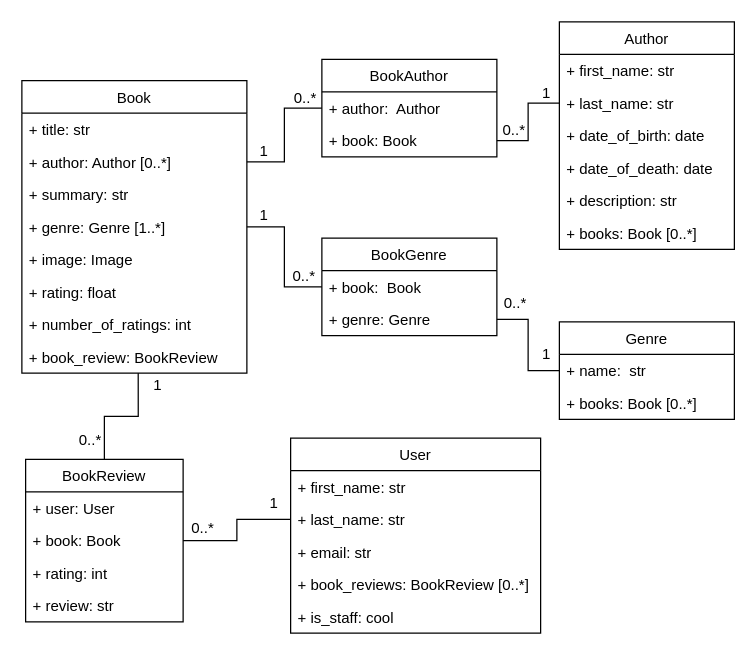
The draw.io diagram book-models-uml.drawio in septymka/book-app-api, before the edit. Source tidied: cells renumbered, new cells numbered last; positions are measured from the earlier drawing's top-left corner, leaving out a move shared by most shapes. Both pictures are drawn from the tidied source at 125%, with x=0, y=0 at pixel (21, 21).
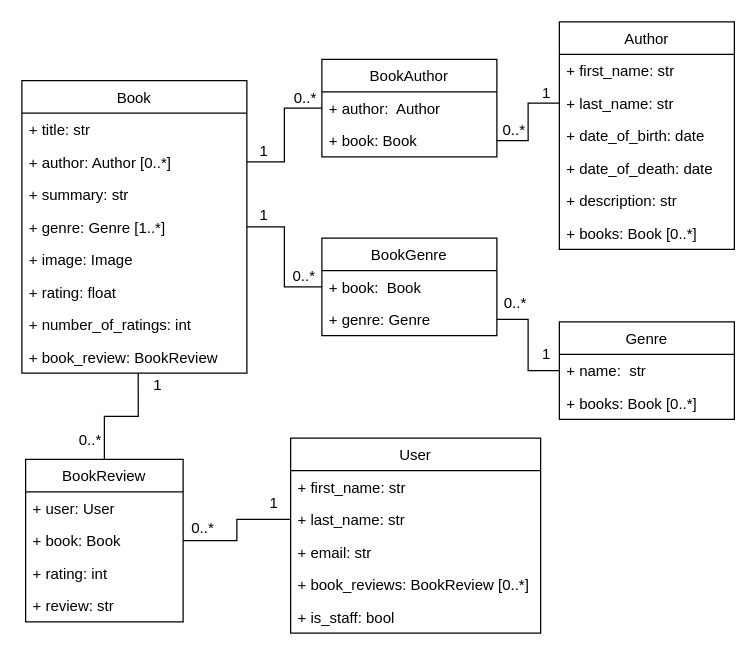
Above is the later version.

The change refers to these unchanged cells:
```xml
<mxCell id="21" value="User" style="swimlane;fontStyle=0;horizontal=1;startSize=26;fillColor=none;" parent="1" vertex="1">
  <mxGeometry x="215" y="333" width="200" height="156" as="geometry" />
</mxCell>
```

The edit, as a diff of the source:
```diff
@@
-    <mxCell id="26" value="+ is_staff: cool" style="text;strokeColor=none;fillColor=none;align=left;verticalAlign=top;spacingLeft=4;spacingRight=4;overflow=hidden;" parent="21" vertex="1">
+    <mxCell id="26" value="+ is_staff: bool" style="text;strokeColor=none;fillColor=none;align=left;verticalAlign=top;spacingLeft=4;spacingRight=4;overflow=hidden;" parent="21" vertex="1">
       <mxGeometry y="130" width="200" height="26" as="geometry" />
     </mxCell>
```
